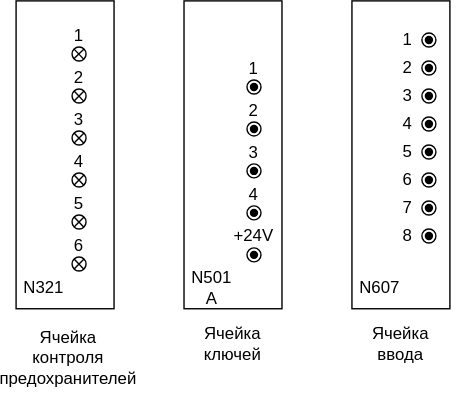
The draw.io diagram 2164 AV1.drawio.svg in MikhailTo/work-kte, before a commit. Source tidied: cells renumbered, new cells last; positions are measured from the earlier drawing's top-left corner, leaving out a move shared by most shapes.
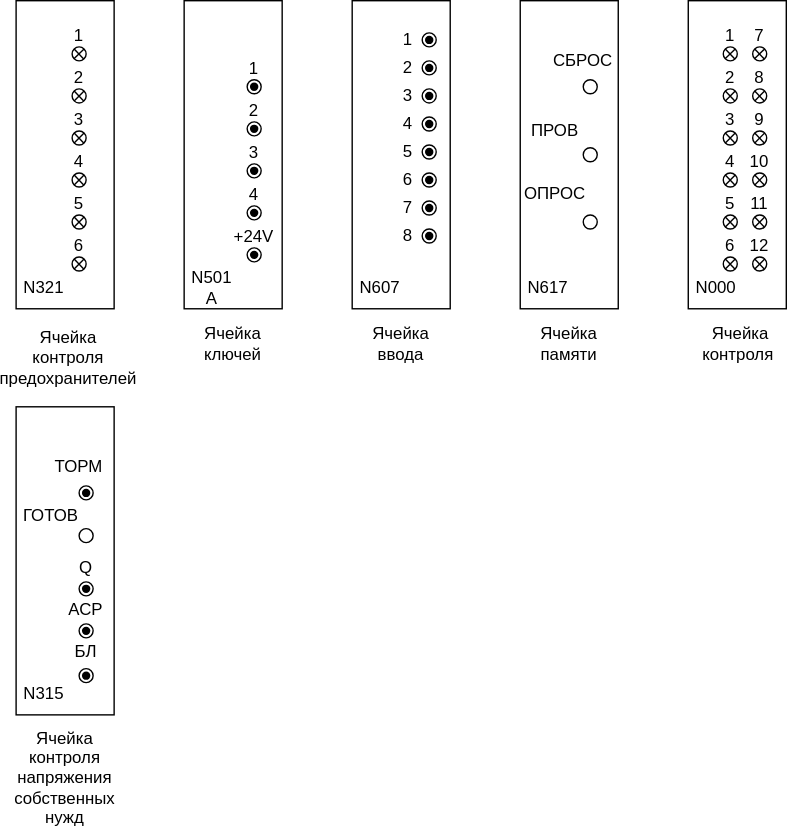
Later version of the same file.

Change to the diagram source:
```diff
@@ -239,5 +239,275 @@
     <mxCell id="82" style="shape=waypoint;sketch=0;fillStyle=solid;size=6;fillColor=none;perimeter=centerPerimeter;" parent="55" vertex="1">
       <mxGeometry x="285" y="148" width="40" height="40" as="geometry" />
     </mxCell>
+    <mxCell id="83" value="617" parent="0" />
+    <mxCell id="84" style="rounded=0;whiteSpace=wrap;html=1;" parent="83" vertex="1">
+      <mxGeometry x="370" width="70" height="220" as="geometry" />
+    </mxCell>
+    <mxCell id="85" value="N617" style="text;html=1;strokeColor=none;fillColor=none;align=center;verticalAlign=middle;whiteSpace=wrap;rounded=0;" parent="83" vertex="1">
+      <mxGeometry x="360" y="190" width="60" height="30" as="geometry" />
+    </mxCell>
+    <mxCell id="86" value="СБРОС" style="text;html=1;strokeColor=none;fillColor=none;align=center;verticalAlign=middle;whiteSpace=wrap;rounded=0;" parent="83" vertex="1">
+      <mxGeometry x="405" y="28" width="20" height="30" as="geometry" />
+    </mxCell>
+    <mxCell id="87" value="ПРОВ" style="text;html=1;strokeColor=none;fillColor=none;align=center;verticalAlign=middle;whiteSpace=wrap;rounded=0;" parent="83" vertex="1">
+      <mxGeometry x="385" y="78" width="20" height="30" as="geometry" />
+    </mxCell>
+    <mxCell id="88" value="ОПРОС" style="text;html=1;strokeColor=none;fillColor=none;align=center;verticalAlign=middle;whiteSpace=wrap;rounded=0;" parent="83" vertex="1">
+      <mxGeometry x="385" y="123" width="20" height="30" as="geometry" />
+    </mxCell>
+    <mxCell id="89" style="ellipse;whiteSpace=wrap;html=1;" parent="83" vertex="1">
+      <mxGeometry x="415" y="56.5" width="10" height="10" as="geometry" />
+    </mxCell>
+    <mxCell id="90" style="ellipse;whiteSpace=wrap;html=1;" parent="83" vertex="1">
+      <mxGeometry x="415" y="105" width="10" height="10" as="geometry" />
+    </mxCell>
+    <mxCell id="91" style="ellipse;whiteSpace=wrap;html=1;" parent="83" vertex="1">
+      <mxGeometry x="415" y="153" width="10" height="10" as="geometry" />
+    </mxCell>
+    <mxCell id="92" value="Ячейка памяти" style="text;html=1;strokeColor=none;fillColor=none;align=center;verticalAlign=middle;whiteSpace=wrap;rounded=0;" parent="83" vertex="1">
+      <mxGeometry x="375" y="230" width="60" height="30" as="geometry" />
+    </mxCell>
+    <mxCell id="93" value="000" parent="0" />
+    <mxCell id="94" style="rounded=0;whiteSpace=wrap;html=1;" parent="93" vertex="1">
+      <mxGeometry x="490" width="70" height="220" as="geometry" />
+    </mxCell>
+    <mxCell id="95" value="N000" style="text;html=1;strokeColor=none;fillColor=none;align=center;verticalAlign=middle;whiteSpace=wrap;rounded=0;" parent="93" vertex="1">
+      <mxGeometry x="480" y="190" width="60" height="30" as="geometry" />
+    </mxCell>
+    <mxCell id="96" value="1" style="text;html=1;strokeColor=none;fillColor=none;align=center;verticalAlign=middle;whiteSpace=wrap;rounded=0;" parent="93" vertex="1">
+      <mxGeometry x="510" y="10" width="20" height="30" as="geometry" />
+    </mxCell>
+    <mxCell id="97" value="2" style="text;html=1;strokeColor=none;fillColor=none;align=center;verticalAlign=middle;whiteSpace=wrap;rounded=0;" parent="93" vertex="1">
+      <mxGeometry x="510" y="40" width="20" height="30" as="geometry" />
+    </mxCell>
+    <mxCell id="98" value="3" style="text;html=1;strokeColor=none;fillColor=none;align=center;verticalAlign=middle;whiteSpace=wrap;rounded=0;" parent="93" vertex="1">
+      <mxGeometry x="510" y="70" width="20" height="30" as="geometry" />
+    </mxCell>
+    <mxCell id="99" value="4" style="text;html=1;strokeColor=none;fillColor=none;align=center;verticalAlign=middle;whiteSpace=wrap;rounded=0;" parent="93" vertex="1">
+      <mxGeometry x="510" y="100" width="20" height="30" as="geometry" />
+    </mxCell>
+    <mxCell id="100" value="5" style="text;html=1;strokeColor=none;fillColor=none;align=center;verticalAlign=middle;whiteSpace=wrap;rounded=0;" parent="93" vertex="1">
+      <mxGeometry x="510" y="130" width="20" height="30" as="geometry" />
+    </mxCell>
+    <mxCell id="101" value="6" style="text;html=1;strokeColor=none;fillColor=none;align=center;verticalAlign=middle;whiteSpace=wrap;rounded=0;" parent="93" vertex="1">
+      <mxGeometry x="510" y="160" width="20" height="30" as="geometry" />
+    </mxCell>
+    <mxCell id="102" value="Ячейка&lt;br&gt;контроля&amp;nbsp;" style="text;html=1;strokeColor=none;fillColor=none;align=center;verticalAlign=middle;whiteSpace=wrap;rounded=0;" parent="93" vertex="1">
+      <mxGeometry x="490" y="220" width="75" height="50" as="geometry" />
+    </mxCell>
+    <mxCell id="103" style="group;" parent="93" vertex="1">
+      <mxGeometry x="515" y="33" width="10" height="10" as="geometry" />
+    </mxCell>
+    <mxCell id="104" style="ellipse;whiteSpace=wrap;html=1;" parent="103" vertex="1">
+      <mxGeometry width="10" height="10" as="geometry" />
+    </mxCell>
+    <mxCell id="105" style="endArrow=none;html=1;rounded=0;entryX=0;entryY=0;entryDx=0;entryDy=0;exitX=0.827;exitY=0.863;exitDx=0;exitDy=0;exitPerimeter=0;" parent="103" edge="1" source="104" target="104">
+      <mxGeometry relative="1" as="geometry" />
+    </mxCell>
+    <mxCell id="106" style="endArrow=none;html=1;rounded=0;entryX=1;entryY=0;entryDx=0;entryDy=0;exitX=0.314;exitY=0.046;exitDx=0;exitDy=0;exitPerimeter=0;" parent="93" edge="1" source="97" target="104">
+      <mxGeometry relative="1" as="geometry" />
+    </mxCell>
+    <mxCell id="107" style="group;" parent="93" vertex="1">
+      <mxGeometry x="515" y="63" width="10" height="10" as="geometry" />
+    </mxCell>
+    <mxCell id="108" style="ellipse;whiteSpace=wrap;html=1;" parent="107" vertex="1">
+      <mxGeometry width="10" height="10" as="geometry" />
+    </mxCell>
+    <mxCell id="109" style="endArrow=none;html=1;rounded=0;entryX=1;entryY=0;entryDx=0;entryDy=0;exitX=0;exitY=1;exitDx=0;exitDy=0;" parent="107" edge="1" source="108" target="108">
+      <mxGeometry relative="1" as="geometry" />
+    </mxCell>
+    <mxCell id="110" style="endArrow=none;html=1;rounded=0;entryX=0;entryY=0;entryDx=0;entryDy=0;exitX=0.827;exitY=0.863;exitDx=0;exitDy=0;exitPerimeter=0;" parent="107" edge="1" source="108" target="108">
+      <mxGeometry relative="1" as="geometry" />
+    </mxCell>
+    <mxCell id="111" style="group;" parent="93" vertex="1">
+      <mxGeometry x="515" y="93" width="10" height="10" as="geometry" />
+    </mxCell>
+    <mxCell id="112" style="ellipse;whiteSpace=wrap;html=1;" parent="111" vertex="1">
+      <mxGeometry width="10" height="10" as="geometry" />
+    </mxCell>
+    <mxCell id="113" style="endArrow=none;html=1;rounded=0;entryX=1;entryY=0;entryDx=0;entryDy=0;exitX=0;exitY=1;exitDx=0;exitDy=0;" parent="111" edge="1" source="112" target="112">
+      <mxGeometry relative="1" as="geometry" />
+    </mxCell>
+    <mxCell id="114" style="endArrow=none;html=1;rounded=0;entryX=0;entryY=0;entryDx=0;entryDy=0;exitX=0.827;exitY=0.863;exitDx=0;exitDy=0;exitPerimeter=0;" parent="111" edge="1" source="112" target="112">
+      <mxGeometry relative="1" as="geometry" />
+    </mxCell>
+    <mxCell id="115" style="group;" parent="93" vertex="1">
+      <mxGeometry x="515" y="123" width="10" height="10" as="geometry" />
+    </mxCell>
+    <mxCell id="116" style="ellipse;whiteSpace=wrap;html=1;" parent="115" vertex="1">
+      <mxGeometry width="10" height="10" as="geometry" />
+    </mxCell>
+    <mxCell id="117" style="endArrow=none;html=1;rounded=0;entryX=1;entryY=0;entryDx=0;entryDy=0;exitX=0;exitY=1;exitDx=0;exitDy=0;" parent="115" edge="1" source="116" target="116">
+      <mxGeometry relative="1" as="geometry" />
+    </mxCell>
+    <mxCell id="118" style="endArrow=none;html=1;rounded=0;entryX=0;entryY=0;entryDx=0;entryDy=0;exitX=0.827;exitY=0.863;exitDx=0;exitDy=0;exitPerimeter=0;" parent="115" edge="1" source="116" target="116">
+      <mxGeometry relative="1" as="geometry" />
+    </mxCell>
+    <mxCell id="119" style="group;" parent="93" vertex="1">
+      <mxGeometry x="515" y="153" width="10" height="10" as="geometry" />
+    </mxCell>
+    <mxCell id="120" style="ellipse;whiteSpace=wrap;html=1;" parent="119" vertex="1">
+      <mxGeometry width="10" height="10" as="geometry" />
+    </mxCell>
+    <mxCell id="121" style="endArrow=none;html=1;rounded=0;entryX=1;entryY=0;entryDx=0;entryDy=0;exitX=0;exitY=1;exitDx=0;exitDy=0;" parent="119" edge="1" source="120" target="120">
+      <mxGeometry relative="1" as="geometry" />
+    </mxCell>
+    <mxCell id="122" style="endArrow=none;html=1;rounded=0;entryX=0;entryY=0;entryDx=0;entryDy=0;exitX=0.827;exitY=0.863;exitDx=0;exitDy=0;exitPerimeter=0;" parent="119" edge="1" source="120" target="120">
+      <mxGeometry relative="1" as="geometry" />
+    </mxCell>
+    <mxCell id="123" style="group;" parent="93" vertex="1">
+      <mxGeometry x="515" y="183" width="10" height="10" as="geometry" />
+    </mxCell>
+    <mxCell id="124" style="ellipse;whiteSpace=wrap;html=1;" parent="123" vertex="1">
+      <mxGeometry width="10" height="10" as="geometry" />
+    </mxCell>
+    <mxCell id="125" style="endArrow=none;html=1;rounded=0;entryX=1;entryY=0;entryDx=0;entryDy=0;exitX=0;exitY=1;exitDx=0;exitDy=0;" parent="123" edge="1" source="124" target="124">
+      <mxGeometry relative="1" as="geometry" />
+    </mxCell>
+    <mxCell id="126" style="endArrow=none;html=1;rounded=0;entryX=0;entryY=0;entryDx=0;entryDy=0;exitX=0.827;exitY=0.863;exitDx=0;exitDy=0;exitPerimeter=0;" parent="123" edge="1" source="124" target="124">
+      <mxGeometry relative="1" as="geometry" />
+    </mxCell>
+    <mxCell id="127" value="7" style="text;html=1;strokeColor=none;fillColor=none;align=center;verticalAlign=middle;whiteSpace=wrap;rounded=0;" parent="93" vertex="1">
+      <mxGeometry x="531" y="10" width="20" height="30" as="geometry" />
+    </mxCell>
+    <mxCell id="128" value="8" style="text;html=1;strokeColor=none;fillColor=none;align=center;verticalAlign=middle;whiteSpace=wrap;rounded=0;" parent="93" vertex="1">
+      <mxGeometry x="531" y="40" width="20" height="30" as="geometry" />
+    </mxCell>
+    <mxCell id="129" value="9" style="text;html=1;strokeColor=none;fillColor=none;align=center;verticalAlign=middle;whiteSpace=wrap;rounded=0;" parent="93" vertex="1">
+      <mxGeometry x="531" y="70" width="20" height="30" as="geometry" />
+    </mxCell>
+    <mxCell id="130" value="10" style="text;html=1;strokeColor=none;fillColor=none;align=center;verticalAlign=middle;whiteSpace=wrap;rounded=0;" parent="93" vertex="1">
+      <mxGeometry x="531" y="100" width="20" height="30" as="geometry" />
+    </mxCell>
+    <mxCell id="131" value="11" style="text;html=1;strokeColor=none;fillColor=none;align=center;verticalAlign=middle;whiteSpace=wrap;rounded=0;" parent="93" vertex="1">
+      <mxGeometry x="531" y="130" width="20" height="30" as="geometry" />
+    </mxCell>
+    <mxCell id="132" value="12" style="text;html=1;strokeColor=none;fillColor=none;align=center;verticalAlign=middle;whiteSpace=wrap;rounded=0;" parent="93" vertex="1">
+      <mxGeometry x="531" y="160" width="20" height="30" as="geometry" />
+    </mxCell>
+    <mxCell id="133" style="group;" parent="93" vertex="1">
+      <mxGeometry x="536" y="33" width="10" height="10" as="geometry" />
+    </mxCell>
+    <mxCell id="134" style="ellipse;whiteSpace=wrap;html=1;" parent="133" vertex="1">
+      <mxGeometry width="10" height="10" as="geometry" />
+    </mxCell>
+    <mxCell id="135" style="endArrow=none;html=1;rounded=0;entryX=0;entryY=0;entryDx=0;entryDy=0;exitX=0.827;exitY=0.863;exitDx=0;exitDy=0;exitPerimeter=0;" parent="133" edge="1" source="134" target="134">
+      <mxGeometry relative="1" as="geometry" />
+    </mxCell>
+    <mxCell id="136" style="endArrow=none;html=1;rounded=0;entryX=1;entryY=0;entryDx=0;entryDy=0;exitX=0.314;exitY=0.046;exitDx=0;exitDy=0;exitPerimeter=0;" parent="93" edge="1" source="128" target="134">
+      <mxGeometry relative="1" as="geometry" />
+    </mxCell>
+    <mxCell id="137" style="group;" parent="93" vertex="1">
+      <mxGeometry x="536" y="63" width="10" height="10" as="geometry" />
+    </mxCell>
+    <mxCell id="138" style="ellipse;whiteSpace=wrap;html=1;" parent="137" vertex="1">
+      <mxGeometry width="10" height="10" as="geometry" />
+    </mxCell>
+    <mxCell id="139" style="endArrow=none;html=1;rounded=0;entryX=1;entryY=0;entryDx=0;entryDy=0;exitX=0;exitY=1;exitDx=0;exitDy=0;" parent="137" edge="1" source="138" target="138">
+      <mxGeometry relative="1" as="geometry" />
+    </mxCell>
+    <mxCell id="140" style="endArrow=none;html=1;rounded=0;entryX=0;entryY=0;entryDx=0;entryDy=0;exitX=0.827;exitY=0.863;exitDx=0;exitDy=0;exitPerimeter=0;" parent="137" edge="1" source="138" target="138">
+      <mxGeometry relative="1" as="geometry" />
+    </mxCell>
+    <mxCell id="141" style="group;" parent="93" vertex="1">
+      <mxGeometry x="536" y="93" width="10" height="10" as="geometry" />
+    </mxCell>
+    <mxCell id="142" style="ellipse;whiteSpace=wrap;html=1;" parent="141" vertex="1">
+      <mxGeometry width="10" height="10" as="geometry" />
+    </mxCell>
+    <mxCell id="143" style="endArrow=none;html=1;rounded=0;entryX=1;entryY=0;entryDx=0;entryDy=0;exitX=0;exitY=1;exitDx=0;exitDy=0;" parent="141" edge="1" source="142" target="142">
+      <mxGeometry relative="1" as="geometry" />
+    </mxCell>
+    <mxCell id="144" style="endArrow=none;html=1;rounded=0;entryX=0;entryY=0;entryDx=0;entryDy=0;exitX=0.827;exitY=0.863;exitDx=0;exitDy=0;exitPerimeter=0;" parent="141" edge="1" source="142" target="142">
+      <mxGeometry relative="1" as="geometry" />
+    </mxCell>
+    <mxCell id="145" style="group;" parent="93" vertex="1">
+      <mxGeometry x="536" y="123" width="10" height="10" as="geometry" />
+    </mxCell>
+    <mxCell id="146" style="ellipse;whiteSpace=wrap;html=1;" parent="145" vertex="1">
+      <mxGeometry width="10" height="10" as="geometry" />
+    </mxCell>
+    <mxCell id="147" style="endArrow=none;html=1;rounded=0;entryX=1;entryY=0;entryDx=0;entryDy=0;exitX=0;exitY=1;exitDx=0;exitDy=0;" parent="145" edge="1" source="146" target="146">
+      <mxGeometry relative="1" as="geometry" />
+    </mxCell>
+    <mxCell id="148" style="endArrow=none;html=1;rounded=0;entryX=0;entryY=0;entryDx=0;entryDy=0;exitX=0.827;exitY=0.863;exitDx=0;exitDy=0;exitPerimeter=0;" parent="145" edge="1" source="146" target="146">
+      <mxGeometry relative="1" as="geometry" />
+    </mxCell>
+    <mxCell id="149" style="group;" parent="93" vertex="1">
+      <mxGeometry x="536" y="153" width="10" height="10" as="geometry" />
+    </mxCell>
+    <mxCell id="150" style="ellipse;whiteSpace=wrap;html=1;" parent="149" vertex="1">
+      <mxGeometry width="10" height="10" as="geometry" />
+    </mxCell>
+    <mxCell id="151" style="endArrow=none;html=1;rounded=0;entryX=1;entryY=0;entryDx=0;entryDy=0;exitX=0;exitY=1;exitDx=0;exitDy=0;" parent="149" edge="1" source="150" target="150">
+      <mxGeometry relative="1" as="geometry" />
+    </mxCell>
+    <mxCell id="152" style="endArrow=none;html=1;rounded=0;entryX=0;entryY=0;entryDx=0;entryDy=0;exitX=0.827;exitY=0.863;exitDx=0;exitDy=0;exitPerimeter=0;" parent="149" edge="1" source="150" target="150">
+      <mxGeometry relative="1" as="geometry" />
+    </mxCell>
+    <mxCell id="153" style="group;" parent="93" vertex="1">
+      <mxGeometry x="536" y="183" width="10" height="10" as="geometry" />
+    </mxCell>
+    <mxCell id="154" style="ellipse;whiteSpace=wrap;html=1;" parent="153" vertex="1">
+      <mxGeometry width="10" height="10" as="geometry" />
+    </mxCell>
+    <mxCell id="155" style="endArrow=none;html=1;rounded=0;entryX=1;entryY=0;entryDx=0;entryDy=0;exitX=0;exitY=1;exitDx=0;exitDy=0;" parent="153" edge="1" source="154" target="154">
+      <mxGeometry relative="1" as="geometry" />
+    </mxCell>
+    <mxCell id="156" style="endArrow=none;html=1;rounded=0;entryX=0;entryY=0;entryDx=0;entryDy=0;exitX=0.827;exitY=0.863;exitDx=0;exitDy=0;exitPerimeter=0;" parent="153" edge="1" source="154" target="154">
+      <mxGeometry relative="1" as="geometry" />
+    </mxCell>
+    <mxCell id="157" value="315" parent="0" />
+    <mxCell id="158" style="rounded=0;whiteSpace=wrap;html=1;" parent="157" vertex="1">
+      <mxGeometry x="10" y="290" width="70" height="220" as="geometry" />
+    </mxCell>
+    <mxCell id="159" value="N315" style="text;html=1;strokeColor=none;fillColor=none;align=center;verticalAlign=middle;whiteSpace=wrap;rounded=0;" parent="157" vertex="1">
+      <mxGeometry y="480" width="60" height="30" as="geometry" />
+    </mxCell>
+    <mxCell id="160" value="ТОРМ" style="text;html=1;strokeColor=none;fillColor=none;align=center;verticalAlign=middle;whiteSpace=wrap;rounded=0;" parent="157" vertex="1">
+      <mxGeometry x="45" y="318" width="20" height="30" as="geometry" />
+    </mxCell>
+    <mxCell id="161" value="ГОТОВ" style="text;html=1;strokeColor=none;fillColor=none;align=center;verticalAlign=middle;whiteSpace=wrap;rounded=0;" parent="157" vertex="1">
+      <mxGeometry x="25" y="353" width="20" height="30" as="geometry" />
+    </mxCell>
+    <mxCell id="162" style="ellipse;whiteSpace=wrap;html=1;" parent="157" vertex="1">
+      <mxGeometry x="55" y="346.5" width="10" height="10" as="geometry" />
+    </mxCell>
+    <mxCell id="163" style="ellipse;whiteSpace=wrap;html=1;" parent="157" vertex="1">
+      <mxGeometry x="55" y="377" width="10" height="10" as="geometry" />
+    </mxCell>
+    <mxCell id="164" value="Ячейка контроля напряжения собственных нужд" style="text;html=1;strokeColor=none;fillColor=none;align=center;verticalAlign=middle;whiteSpace=wrap;rounded=0;" parent="157" vertex="1">
+      <mxGeometry x="15" y="540" width="60" height="30" as="geometry" />
+    </mxCell>
+    <mxCell id="165" style="shape=waypoint;sketch=0;fillStyle=solid;size=6;fillColor=none;perimeter=centerPerimeter;" parent="157" vertex="1">
+      <mxGeometry x="40" y="331.5" width="40" height="40" as="geometry" />
+    </mxCell>
+    <mxCell id="166" style="ellipse;whiteSpace=wrap;html=1;" parent="157" vertex="1">
+      <mxGeometry x="55" y="415" width="10" height="10" as="geometry" />
+    </mxCell>
+    <mxCell id="167" style="ellipse;whiteSpace=wrap;html=1;" parent="157" vertex="1">
+      <mxGeometry x="55" y="445" width="10" height="10" as="geometry" />
+    </mxCell>
+    <mxCell id="168" style="shape=waypoint;sketch=0;fillStyle=solid;size=6;fillColor=none;perimeter=centerPerimeter;" parent="157" vertex="1">
+      <mxGeometry x="40" y="400" width="40" height="40" as="geometry" />
+    </mxCell>
+    <mxCell id="169" style="shape=waypoint;sketch=0;fillStyle=solid;size=6;fillColor=none;perimeter=centerPerimeter;" parent="157" vertex="1">
+      <mxGeometry x="40" y="430" width="40" height="40" as="geometry" />
+    </mxCell>
+    <mxCell id="170" style="ellipse;whiteSpace=wrap;html=1;" parent="157" vertex="1">
+      <mxGeometry x="55" y="477" width="10" height="10" as="geometry" />
+    </mxCell>
+    <mxCell id="171" style="shape=waypoint;sketch=0;fillStyle=solid;size=6;fillColor=none;perimeter=centerPerimeter;" parent="157" vertex="1">
+      <mxGeometry x="40" y="462" width="40" height="40" as="geometry" />
+    </mxCell>
+    <mxCell id="172" value="Q" style="text;html=1;strokeColor=none;fillColor=none;align=center;verticalAlign=middle;whiteSpace=wrap;rounded=0;" parent="157" vertex="1">
+      <mxGeometry x="50" y="390" width="20" height="30" as="geometry" />
+    </mxCell>
+    <mxCell id="173" value="АСР" style="text;html=1;strokeColor=none;fillColor=none;align=center;verticalAlign=middle;whiteSpace=wrap;rounded=0;" parent="157" vertex="1">
+      <mxGeometry x="50" y="420" width="20" height="30" as="geometry" />
+    </mxCell>
+    <mxCell id="174" value="БЛ" style="text;html=1;strokeColor=none;fillColor=none;align=center;verticalAlign=middle;whiteSpace=wrap;rounded=0;" parent="157" vertex="1">
+      <mxGeometry x="50" y="450" width="20" height="30" as="geometry" />
+    </mxCell>
   </root>
 </mxGraphModel>
```
